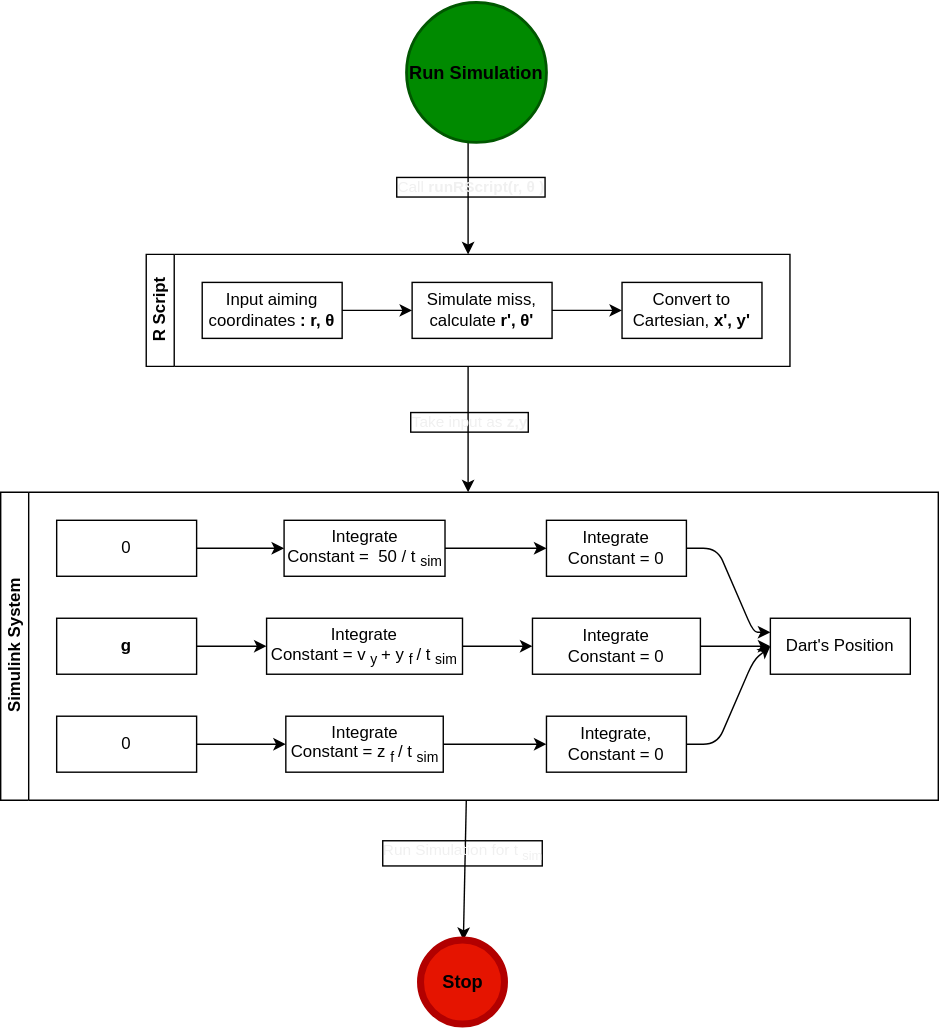
Above: img/projFlow.drawio.svg in ojaroker/Darts (draw.io), before the change. Source tidied: cells renumbered, new cells last; positions are measured from the earlier drawing's top-left corner, leaving out a move shared by most shapes.
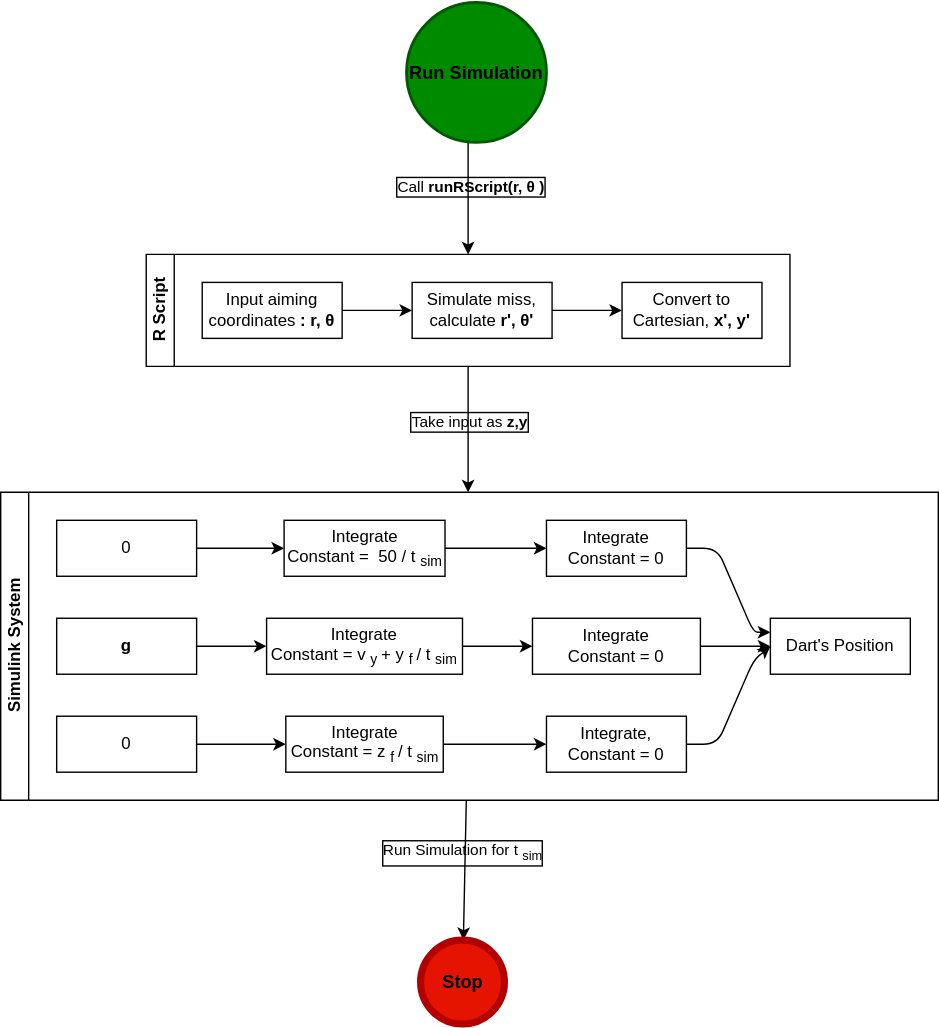
Later version of the same file.

The edit, as a diff of the source:
```diff
@@ -7,7 +7,7 @@
         <mxPoint x="334" y="100" as="sourcePoint" />
       </mxGeometry>
     </mxCell>
-    <mxCell id="3" value="Call &lt;b&gt;runRScript(r,&lt;/b&gt;&lt;span style=&quot;text-align: start;&quot;&gt;&lt;b&gt;θ&lt;/b&gt;&lt;/span&gt;&lt;b&gt;)&lt;/b&gt;" style="edgeLabel;html=1;align=center;verticalAlign=middle;fontColor=#F0F0F0;labelBackgroundColor=none;labelBorderColor=default;spacing=8;spacingLeft=0;" parent="2" vertex="1">
+    <mxCell id="3" value="Call &lt;b&gt;runRScript(r,&lt;/b&gt;&lt;span style=&quot;text-align: start;&quot;&gt;&lt;b&gt;θ&lt;/b&gt;&lt;/span&gt;&lt;b&gt;)&lt;/b&gt;" style="edgeLabel;html=1;align=center;verticalAlign=middle;fontColor=#000000;labelBackgroundColor=none;labelBorderColor=default;spacing=8;spacingLeft=0;" parent="2" vertex="1">
       <mxGeometry x="-0.22" y="1" relative="1" as="geometry" />
     </mxCell>
     <mxCell id="4" value="&lt;font size=&quot;1&quot; color=&quot;#000000&quot;&gt;&lt;b style=&quot;font-size: 13px;&quot;&gt;Run Simulation&lt;/b&gt;&lt;/font&gt;" style="strokeWidth=2;html=1;shape=mxgraph.flowchart.start_2;whiteSpace=wrap;fillColor=#008a00;fontColor=#ffffff;strokeColor=#005700;" parent="1" vertex="1">
@@ -18,7 +18,7 @@
         <mxPoint x="334" y="350" as="targetPoint" />
       </mxGeometry>
     </mxCell>
-    <mxCell id="6" value="Take input as &lt;b&gt;z,y&lt;/b&gt;" style="edgeLabel;html=1;align=center;verticalAlign=middle;fontColor=#F0F0F0;labelBackgroundColor=none;labelBorderColor=default;" parent="5" vertex="1">
+    <mxCell id="6" value="Take input as &lt;b&gt;z,y&lt;/b&gt;" style="edgeLabel;html=1;align=center;verticalAlign=middle;fontColor=#000000;labelBackgroundColor=none;labelBorderColor=default;" parent="5" vertex="1">
       <mxGeometry x="0.27" relative="1" as="geometry">
         <mxPoint y="-18" as="offset" />
       </mxGeometry>
@@ -54,7 +54,7 @@
     <mxCell id="13" style="edgeStyle=none;html=1;fontSize=13;fontColor=#FFFFFF;" parent="1" edge="1" source="15" target="45">
       <mxGeometry relative="1" as="geometry" />
     </mxCell>
-    <mxCell id="14" value="Run Simulation for t&lt;sub&gt;sim&lt;/sub&gt;" style="edgeLabel;html=1;align=center;verticalAlign=middle;fontColor=#F0F0F0;labelBackgroundColor=none;labelBorderColor=default;" parent="13" vertex="1">
+    <mxCell id="14" value="Run Simulation for t&lt;sub&gt;sim&lt;/sub&gt;" style="edgeLabel;html=1;align=center;verticalAlign=middle;fontColor=#000000;labelBackgroundColor=none;labelBorderColor=default;" parent="13" vertex="1">
       <mxGeometry x="-0.24" y="-2" relative="1" as="geometry" />
     </mxCell>
     <mxCell id="15" value="Simulink System" style="swimlane;html=1;startSize=20;horizontal=0;flowOrientation=west;interRankCellSpacing=50;containerType=tree;fontSize=12;" parent="1" vertex="1">
```
